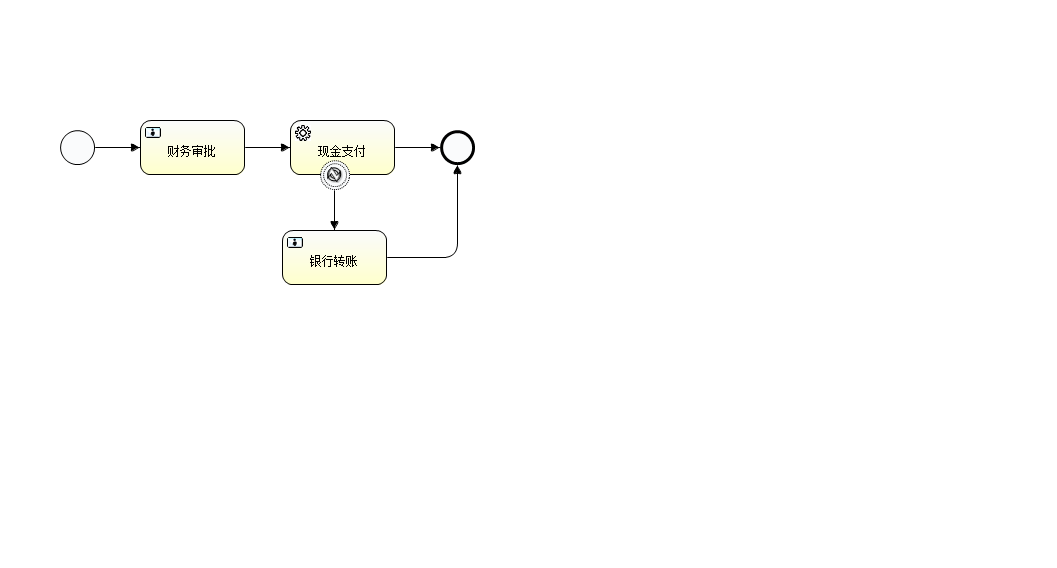
Before: resources/bpmn/ExpenseAccount.png, a diagram exported from BPMN (zhaoml529/SpringMVC-Activiti5.16-Shiro). Its source is kept beside it as resources/bpmn/ExpenseAccount.bpmn. Ids are renumbered.
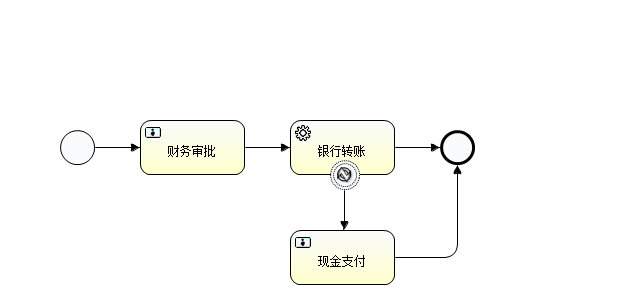
Later version of the same file.

The edit, as a diff of the source:
```diff
@@ -27,10 +27,10 @@
         <omgdc:Bounds height="55.0" width="105.0" x="290.0" y="120.0"></omgdc:Bounds>
       </bpmndi:BPMNShape>
       <bpmndi:BPMNShape bpmnElement="boundaryerror1" id="BPMNShape_boundaryerror1">
-        <omgdc:Bounds height="30.0" width="30.0" x="320.0" y="160.0"></omgdc:Bounds>
+        <omgdc:Bounds height="30.0" width="30.0" x="330.0" y="160.0"></omgdc:Bounds>
       </bpmndi:BPMNShape>
       <bpmndi:BPMNShape bpmnElement="usertask1" id="BPMNShape_usertask1">
-        <omgdc:Bounds height="55.0" width="105.0" x="282.0" y="230.0"></omgdc:Bounds>
+        <omgdc:Bounds height="55.0" width="105.0" x="290.0" y="230.0"></omgdc:Bounds>
       </bpmndi:BPMNShape>
       <bpmndi:BPMNShape bpmnElement="endevent1" id="BPMNShape_endevent1">
         <omgdc:Bounds height="35.0" width="35.0" x="440.0" y="130.0"></omgdc:Bounds>
@@ -44,15 +44,16 @@
         <omgdi:waypoint x="290.0" y="147.0"></omgdi:waypoint>
       </bpmndi:BPMNEdge>
       <bpmndi:BPMNEdge bpmnElement="flow3" id="BPMNEdge_flow3">
-        <omgdi:waypoint x="335.0" y="190.0"></omgdi:waypoint>
-        <omgdi:waypoint x="334.0" y="230.0"></omgdi:waypoint>
+        <omgdi:waypoint x="345.0" y="190.0"></omgdi:waypoint>
+        <omgdi:waypoint x="344.0" y="211.0"></omgdi:waypoint>
+        <omgdi:waypoint x="342.0" y="230.0"></omgdi:waypoint>
       </bpmndi:BPMNEdge>
       <bpmndi:BPMNEdge bpmnElement="flow4" id="BPMNEdge_flow4">
         <omgdi:waypoint x="395.0" y="147.0"></omgdi:waypoint>
         <omgdi:waypoint x="440.0" y="147.0"></omgdi:waypoint>
       </bpmndi:BPMNEdge>
       <bpmndi:BPMNEdge bpmnElement="flow5" id="BPMNEdge_flow5">
-        <omgdi:waypoint x="387.0" y="257.0"></omgdi:waypoint>
+        <omgdi:waypoint x="395.0" y="257.0"></omgdi:waypoint>
         <omgdi:waypoint x="457.0" y="257.0"></omgdi:waypoint>
         <omgdi:waypoint x="457.0" y="165.0"></omgdi:waypoint>
       </bpmndi:BPMNEdge>
```
